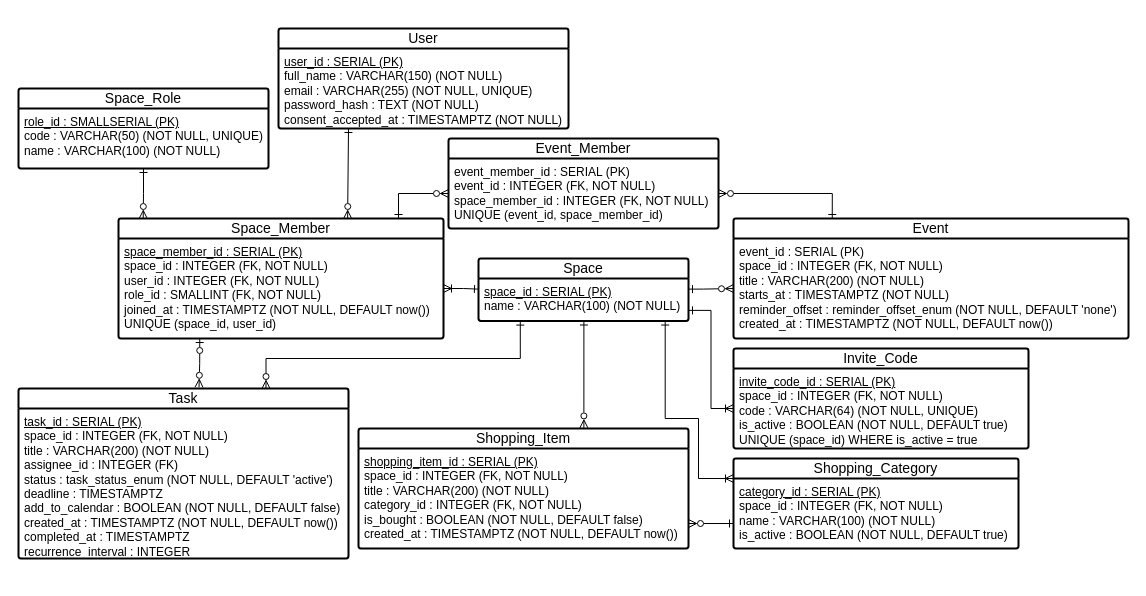
Earlier version of the draw.io diagram dochousehold/docs/erd/physical.drawio (polyau/household). Source tidied: cells renumbered, new cells numbered last; positions are measured from the earlier drawing's top-left corner, leaving out a move shared by most shapes. Both pictures are drawn from the tidied source at 100%, with x=0, y=0 at pixel (18, 28).
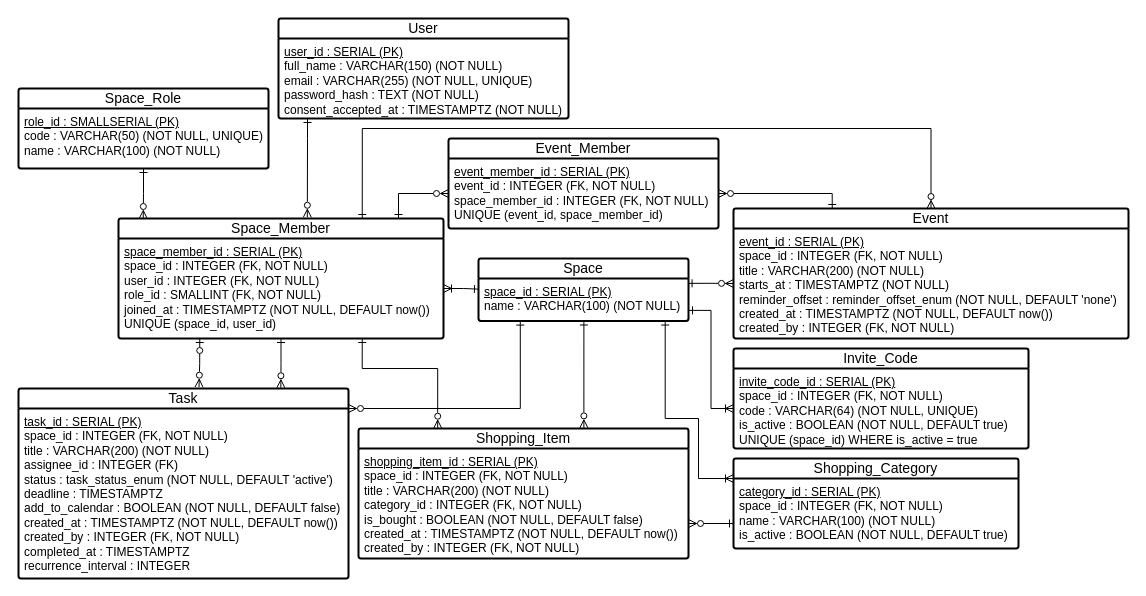
The same diagram, later.

The change refers to these unchanged cells:
```xml
<mxCell id="10" value="&lt;u&gt;space_id : SERIAL (PK)&lt;br&gt;&lt;/u&gt;name : VARCHAR(100) (NOT NULL)" style="align=left;strokeColor=none;fillColor=none;spacingLeft=4;spacingRight=4;fontSize=12;verticalAlign=top;html=1;whiteSpace=wrap;" parent="9" vertex="1">
  <mxGeometry y="20" width="210" height="42.5" as="geometry" />
</mxCell>
<mxCell id="14" value="Space_Member" style="swimlane;horizontal=1;startSize=20;rounded=1;fontSize=14;fontStyle=0;strokeWidth=2;shadow=0;dashed=0;align=center;arcSize=4;whiteSpace=wrap;html=1;" parent="1" vertex="1">
  <mxGeometry x="100" y="190" width="325" height="120" as="geometry" />
</mxCell>
<mxCell id="15" value="&lt;u&gt;space_member_id : SERIAL (PK)&lt;br&gt;&lt;/u&gt;space_id : INTEGER (FK, NOT NULL)&lt;br&gt;user_id : INTEGER (FK, NOT NULL)&lt;br&gt;role_id : SMALLINT (FK, NOT NULL)&lt;br&gt;joined_at : TIMESTAMPTZ (NOT NULL, DEFAULT now())&lt;br&gt;UNIQUE (space_id, user_id)" style="align=left;strokeColor=none;fillColor=none;spacingLeft=4;spacingRight=4;fontSize=12;verticalAlign=top;html=1;whiteSpace=wrap;" parent="14" vertex="1">
  <mxGeometry y="20" width="325" height="100" as="geometry" />
</mxCell>
<mxCell id="18" value="Event_Member" style="swimlane;horizontal=1;startSize=20;rounded=1;fontSize=14;fontStyle=0;strokeWidth=2;shadow=0;dashed=0;align=center;arcSize=4;whiteSpace=wrap;html=1;" parent="1" vertex="1">
  <mxGeometry x="430" y="110" width="270" height="90" as="geometry" />
</mxCell>
```

What changed in the source:
```diff
@@
     <mxCell id="2" value="Shopping_Item" style="swimlane;horizontal=1;startSize=20;rounded=1;fontSize=14;fontStyle=0;strokeWidth=2;shadow=0;dashed=0;align=center;arcSize=4;whiteSpace=wrap;html=1;" parent="1" vertex="1">
-      <mxGeometry x="340" y="400" width="330" height="120" as="geometry" />
+      <mxGeometry x="340" y="400" width="330" height="130" as="geometry" />
     </mxCell>
-    <mxCell id="3" value="&lt;u&gt;shopping_item_id : SERIAL (PK)&lt;br&gt;&lt;/u&gt;space_id : INTEGER (FK, NOT NULL)&lt;br&gt;title : VARCHAR(200) (NOT NULL)&lt;br&gt;category_id : INTEGER (FK, NOT NULL)&lt;br&gt;is_bought : BOOLEAN (NOT NULL, DEFAULT false)&lt;br&gt;created_at : TIMESTAMPTZ (NOT NULL, DEFAULT now())" style="align=left;strokeColor=none;fillColor=none;spacingLeft=4;spacingRight=4;fontSize=12;verticalAlign=top;html=1;whiteSpace=wrap;" parent="2" vertex="1">
-      <mxGeometry y="20" width="330" height="100" as="geometry" />
+    <mxCell id="3" value="&lt;u&gt;shopping_item_id : SERIAL (PK)&lt;br&gt;&lt;/u&gt;space_id : INTEGER (FK, NOT NULL)&lt;br&gt;title : VARCHAR(200) (NOT NULL)&lt;br&gt;category_id : INTEGER (FK, NOT NULL)&lt;br&gt;is_bought : BOOLEAN (NOT NULL, DEFAULT false)&lt;br&gt;created_at : TIMESTAMPTZ (NOT NULL, DEFAULT now())&lt;br&gt;&lt;div&gt;created_by&amp;nbsp;: INTEGER&lt;span style=&quot;background-color: transparent; color: light-dark(rgb(0, 0, 0), rgb(255, 255, 255));&quot;&gt;&amp;nbsp;&lt;/span&gt;&lt;span style=&quot;background-color: transparent; color: light-dark(rgb(0, 0, 0), rgb(255, 255, 255));&quot;&gt;(&lt;/span&gt;&lt;span style=&quot;background-color: transparent; color: light-dark(rgb(0, 0, 0), rgb(255, 255, 255));&quot;&gt;FK,&lt;/span&gt;&lt;span style=&quot;background-color: transparent; color: light-dark(rgb(0, 0, 0), rgb(255, 255, 255));&quot;&gt;&amp;nbsp;&lt;/span&gt;&lt;span style=&quot;background-color: transparent; color: light-dark(rgb(0, 0, 0), rgb(255, 255, 255));&quot;&gt;NOT NULL)&lt;/span&gt;&lt;/div&gt;&lt;div&gt;&lt;span style=&quot;background-color: transparent; color: light-dark(rgb(0, 0, 0), rgb(255, 255, 255));&quot;&gt;&lt;br&gt;&lt;/span&gt;&lt;/div&gt;" style="align=left;strokeColor=none;fillColor=none;spacingLeft=4;spacingRight=4;fontSize=12;verticalAlign=top;html=1;whiteSpace=wrap;" parent="2" vertex="1">
+      <mxGeometry y="20" width="330" height="110" as="geometry" />
     </mxCell>
     <mxCell id="4" value="Event" style="swimlane;horizontal=1;startSize=20;rounded=1;fontSize=14;fontStyle=0;strokeWidth=2;shadow=0;dashed=0;align=center;arcSize=4;whiteSpace=wrap;html=1;" parent="1" vertex="1">
-      <mxGeometry x="715" y="190" width="395" height="120" as="geometry" />
+      <mxGeometry x="715" y="180" width="395" height="130" as="geometry" />
     </mxCell>
-    <mxCell id="5" value="event_id : SERIAL (PK)&lt;br&gt;space_id : INTEGER (FK, NOT NULL)&lt;br&gt;title : VARCHAR(200) (NOT NULL)&lt;br&gt;starts_at : TIMESTAMPTZ (NOT NULL)&lt;br&gt;reminder_offset : reminder_offset_enum (NOT NULL, DEFAULT 'none')&lt;br&gt;created_at : TIMESTAMPTZ (NOT NULL, DEFAULT now())" style="align=left;strokeColor=none;fillColor=none;spacingLeft=4;spacingRight=4;fontSize=12;verticalAlign=top;html=1;whiteSpace=wrap;" parent="4" vertex="1">
-      <mxGeometry y="20" width="395" height="100" as="geometry" />
+    <mxCell id="5" value="&lt;u&gt;event_id : SERIAL (PK)&lt;br&gt;&lt;/u&gt;space_id : INTEGER (FK, NOT NULL)&lt;br&gt;title : VARCHAR(200) (NOT NULL)&lt;br&gt;starts_at : TIMESTAMPTZ (NOT NULL)&lt;br&gt;reminder_offset : reminder_offset_enum (NOT NULL, DEFAULT 'none')&lt;br&gt;created_at : TIMESTAMPTZ (NOT NULL, DEFAULT now())&lt;br&gt;&lt;div&gt;created_by&amp;nbsp;: INTEGER&lt;span style=&quot;background-color: transparent; color: light-dark(rgb(0, 0, 0), rgb(255, 255, 255));&quot;&gt;&amp;nbsp;&lt;/span&gt;&lt;span style=&quot;background-color: transparent; color: light-dark(rgb(0, 0, 0), rgb(255, 255, 255));&quot;&gt;(&lt;/span&gt;&lt;span style=&quot;background-color: transparent; color: light-dark(rgb(0, 0, 0), rgb(255, 255, 255));&quot;&gt;FK,&lt;/span&gt;&lt;span style=&quot;background-color: transparent; color: light-dark(rgb(0, 0, 0), rgb(255, 255, 255));&quot;&gt;&amp;nbsp;&lt;/span&gt;&lt;span style=&quot;background-color: transparent; color: light-dark(rgb(0, 0, 0), rgb(255, 255, 255));&quot;&gt;NOT NULL)&lt;/span&gt;&lt;/div&gt;&lt;div&gt;&lt;span style=&quot;background-color: transparent; color: light-dark(rgb(0, 0, 0), rgb(255, 255, 255));&quot;&gt;&lt;br&gt;&lt;/span&gt;&lt;/div&gt;" style="align=left;strokeColor=none;fillColor=none;spacingLeft=4;spacingRight=4;fontSize=12;verticalAlign=top;html=1;whiteSpace=wrap;" parent="4" vertex="1">
+      <mxGeometry y="20" width="395" height="110" as="geometry" />
     </mxCell>
     <mxCell id="6" value="Task" style="swimlane;horizontal=1;startSize=20;rounded=1;fontSize=14;fontStyle=0;strokeWidth=2;shadow=0;dashed=0;align=center;arcSize=4;whiteSpace=wrap;html=1;" parent="1" vertex="1">
-      <mxGeometry y="360" width="330" height="170" as="geometry" />
+      <mxGeometry y="360" width="330" height="190" as="geometry" />
     </mxCell>
-    <mxCell id="7" value="&lt;u&gt;task_id : SERIAL (PK)&lt;br&gt;&lt;/u&gt;space_id : INTEGER (FK, NOT NULL)&lt;br&gt;title : VARCHAR(200) (NOT NULL)&lt;br&gt;assignee_id : INTEGER (FK)&lt;br&gt;status : task_status_enum (NOT NULL, DEFAULT 'active')&lt;br&gt;deadline : TIMESTAMPTZ&lt;br&gt;add_to_calendar : BOOLEAN (NOT NULL, DEFAULT false)&lt;br&gt;created_at : TIMESTAMPTZ (NOT NULL, DEFAULT now())&lt;br&gt;completed_at : TIMESTAMPTZ&lt;br&gt;recurrence_interval : INTEGER" style="align=left;strokeColor=none;fillColor=none;spacingLeft=4;spacingRight=4;fontSize=12;verticalAlign=top;html=1;whiteSpace=wrap;" parent="6" vertex="1">
-      <mxGeometry y="20" width="330" height="150" as="geometry" />
+    <mxCell id="7" value="&lt;u&gt;task_id : SERIAL (PK)&lt;br&gt;&lt;/u&gt;space_id : INTEGER (FK, NOT NULL)&lt;br&gt;title : VARCHAR(200) (NOT NULL)&lt;br&gt;assignee_id : INTEGER (FK)&lt;br&gt;status : task_status_enum (NOT NULL, DEFAULT 'active')&lt;br&gt;deadline : TIMESTAMPTZ&lt;br&gt;add_to_calendar : BOOLEAN (NOT NULL, DEFAULT false)&lt;br&gt;created_at : TIMESTAMPTZ (NOT NULL, DEFAULT now())&lt;br&gt;&lt;div&gt;created_by&amp;nbsp;: INTEGER&lt;span style=&quot;background-color: transparent; color: light-dark(rgb(0, 0, 0), rgb(255, 255, 255));&quot;&gt;&amp;nbsp;&lt;/span&gt;&lt;span style=&quot;background-color: transparent; color: light-dark(rgb(0, 0, 0), rgb(255, 255, 255));&quot;&gt;(&lt;/span&gt;&lt;span style=&quot;background-color: transparent; color: light-dark(rgb(0, 0, 0), rgb(255, 255, 255));&quot;&gt;FK,&lt;/span&gt;&lt;span style=&quot;background-color: transparent; color: light-dark(rgb(0, 0, 0), rgb(255, 255, 255));&quot;&gt;&amp;nbsp;&lt;/span&gt;&lt;span style=&quot;background-color: transparent; color: light-dark(rgb(0, 0, 0), rgb(255, 255, 255));&quot;&gt;NOT NULL)&lt;/span&gt;&lt;/div&gt;completed_at : TIMESTAMPTZ&lt;br&gt;recurrence_interval : INTEGER" style="align=left;strokeColor=none;fillColor=none;spacingLeft=4;spacingRight=4;fontSize=12;verticalAlign=top;html=1;whiteSpace=wrap;" parent="6" vertex="1">
+      <mxGeometry y="20" width="330" height="170" as="geometry" />
     </mxCell>
-    <mxCell id="8" style="edgeStyle=orthogonalEdgeStyle;rounded=0;jettySize=auto;html=1;exitX=1;exitY=0.25;exitDx=0;exitDy=0;startArrow=ERone;startFill=0;endArrow=ERzeroToMany;endFill=0;entryX=0;entryY=0.5;entryDx=0;entryDy=0;" parent="1" edge="1" source="10" target="5">
-      <mxGeometry relative="1" as="geometry">
-        <Array as="points">
-          <mxPoint x="685" y="261" />
-        </Array>
-      </mxGeometry>
+    <mxCell id="8" style="edgeStyle=orthogonalEdgeStyle;rounded=0;jettySize=auto;html=1;exitX=0.998;exitY=0.114;exitDx=0;exitDy=0;startArrow=ERone;startFill=0;endArrow=ERzeroToMany;endFill=0;entryX=0;entryY=0.5;entryDx=0;entryDy=0;exitPerimeter=0;" parent="1" edge="1" source="10" target="5">
+      <mxGeometry relative="1" as="geometry" />
     </mxCell>
@@
     <mxCell id="11" value="User" style="swimlane;horizontal=1;startSize=20;rounded=1;fontSize=14;fontStyle=0;strokeWidth=2;shadow=0;dashed=0;align=center;arcSize=4;whiteSpace=wrap;html=1;" parent="1" vertex="1">
-      <mxGeometry x="260" width="290" height="100" as="geometry" />
+      <mxGeometry x="260" y="-10" width="290" height="100" as="geometry" />
     </mxCell>
@@
-    <mxCell id="19" value="event_member_id : SERIAL (PK)&lt;br&gt;event_id : INTEGER (FK, NOT NULL)&lt;br&gt;space_member_id : INTEGER (FK, NOT NULL)&lt;br&gt;UNIQUE (event_id, space_member_id)" style="align=left;strokeColor=none;fillColor=none;spacingLeft=4;spacingRight=4;fontSize=12;verticalAlign=top;html=1;whiteSpace=wrap;" parent="18" vertex="1">
+    <mxCell id="19" value="&lt;u&gt;event_member_id : SERIAL (PK)&lt;br&gt;&lt;/u&gt;event_id : INTEGER (FK, NOT NULL)&lt;br&gt;space_member_id : INTEGER (FK, NOT NULL)&lt;br&gt;UNIQUE (event_id, space_member_id)" style="align=left;strokeColor=none;fillColor=none;spacingLeft=4;spacingRight=4;fontSize=12;verticalAlign=top;html=1;whiteSpace=wrap;" parent="18" vertex="1">
       <mxGeometry y="20" width="270" height="70" as="geometry" />
     </mxCell>
-    <mxCell id="20" style="edgeStyle=orthogonalEdgeStyle;rounded=0;jettySize=auto;html=1;endArrow=ERzeroToMany;endFill=0;startArrow=ERone;startFill=0;entryX=0.705;entryY=0;entryDx=0;entryDy=0;entryPerimeter=0;" parent="1" edge="1" target="14">
+    <mxCell id="20" style="edgeStyle=orthogonalEdgeStyle;rounded=0;jettySize=auto;html=1;endArrow=ERzeroToMany;endFill=0;startArrow=ERone;startFill=0;entryX=0.581;entryY=-0.01;entryDx=0;entryDy=0;entryPerimeter=0;" parent="1" edge="1" target="14">
       <mxGeometry relative="1" as="geometry">
-        <mxPoint x="330" y="100" as="sourcePoint" />
+        <mxPoint x="289" y="90" as="sourcePoint" />
         <Array as="points">
-          <mxPoint x="330" y="100" />
-          <mxPoint x="330" y="190" />
+          <mxPoint x="289" y="90" />
+          <mxPoint x="289" y="110" />
+          <mxPoint x="289" y="110" />
         </Array>
       </mxGeometry>
     </mxCell>
@@
-    <mxCell id="22" style="edgeStyle=orthogonalEdgeStyle;rounded=0;jettySize=auto;html=1;entryX=0.75;entryY=0;entryDx=0;entryDy=0;endArrow=ERzeroToMany;endFill=0;startArrow=ERone;startFill=0;exitX=0.199;exitY=1.002;exitDx=0;exitDy=0;exitPerimeter=0;" parent="1" edge="1" source="10" target="6">
+    <mxCell id="22" style="edgeStyle=orthogonalEdgeStyle;rounded=0;jettySize=auto;html=1;entryX=1;entryY=0;entryDx=0;entryDy=0;endArrow=ERzeroToMany;endFill=0;startArrow=ERone;startFill=0;exitX=0.199;exitY=1.002;exitDx=0;exitDy=0;exitPerimeter=0;" parent="1" edge="1" source="10" target="7">
       <mxGeometry relative="1" as="geometry">
         <Array as="points">
-          <mxPoint x="502" y="330" />
-          <mxPoint x="247" y="330" />
+          <mxPoint x="502" y="380" />
         </Array>
       </mxGeometry>
     </mxCell>
@@
-    <mxCell id="30" style="edgeStyle=orthogonalEdgeStyle;rounded=0;jettySize=auto;html=1;endArrow=ERone;endFill=0;startArrow=ERzeroToMany;startFill=0;exitX=1;exitY=0.75;exitDx=0;exitDy=0;" parent="1" edge="1" source="3">
+    <mxCell id="30" style="edgeStyle=orthogonalEdgeStyle;rounded=0;orthogonalLoop=1;jettySize=auto;html=1;endArrow=ERone;endFill=0;startArrow=ERzeroToMany;startFill=0;" parent="1" edge="1">
       <mxGeometry relative="1" as="geometry">
+        <mxPoint x="670" y="495" as="sourcePoint" />
         <mxPoint x="715" y="495" as="targetPoint" />
         <Array as="points">
           <mxPoint x="715" y="495" />
         </Array>
       </mxGeometry>
     </mxCell>
@@
+    <mxCell id="34" style="edgeStyle=orthogonalEdgeStyle;rounded=0;jettySize=auto;html=1;startArrow=ERone;startFill=0;endArrow=ERzeroToMany;endFill=0;entryX=0.795;entryY=-0.004;entryDx=0;entryDy=0;exitX=0.5;exitY=1;exitDx=0;exitDy=0;entryPerimeter=0;" parent="1" edge="1" source="15" target="6">
+      <mxGeometry relative="1" as="geometry" />
+    </mxCell>
+    <mxCell id="35" style="edgeStyle=orthogonalEdgeStyle;rounded=0;jettySize=auto;html=1;startArrow=ERone;startFill=0;endArrow=ERzeroToMany;endFill=0;entryX=0.24;entryY=-0.002;entryDx=0;entryDy=0;exitX=0.75;exitY=1;exitDx=0;exitDy=0;entryPerimeter=0;" parent="1" edge="1" source="15" target="2">
+      <mxGeometry relative="1" as="geometry">
+        <Array as="points">
+          <mxPoint x="344" y="340" />
+          <mxPoint x="419" y="340" />
+        </Array>
+      </mxGeometry>
+    </mxCell>
+    <mxCell id="36" style="edgeStyle=orthogonalEdgeStyle;rounded=0;jettySize=auto;html=1;startArrow=ERzeroToMany;startFill=0;endArrow=ERone;endFill=0;exitX=0.5;exitY=0;exitDx=0;exitDy=0;entryX=0.75;entryY=0;entryDx=0;entryDy=0;" parent="1" edge="1" source="4" target="14">
+      <mxGeometry relative="1" as="geometry">
+        <Array as="points">
+          <mxPoint x="912" y="100" />
+          <mxPoint x="344" y="100" />
+        </Array>
+      </mxGeometry>
+    </mxCell>
```
